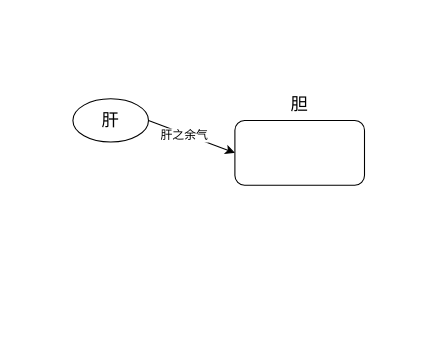
This is 医门推敲叁/中医藏象学说/藏象学说之肝/肝的生理功能/003肝主疏泄-协调脾胃气机升降.drawio from 328507133/chart, a draw.io file, before an edit. Source tidied: cells renumbered, new cells numbered last; positions are measured from the earlier drawing's top-left corner, leaving out a move shared by most shapes. Both pictures are drawn from the tidied source at 108%, with x=0, y=0 at pixel (72, 87).
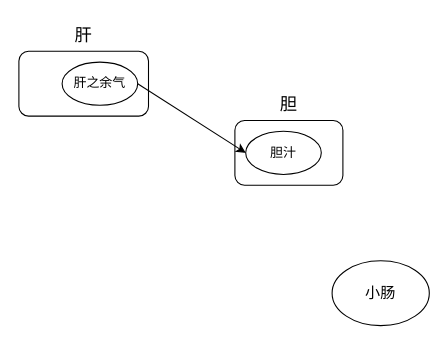
The same page after the edit.

Commit message (it also covers changes not shown here):
更新003肝主疏泄-协调脾胃气机升降.drawio

The edit, as a diff of the source:
```diff
@@
 <mxGraphModel>
   <root>
     <mxCell id="0" />
     <mxCell id="1" parent="0" />
-    <mxCell id="2" value="肝" style="ellipse;whiteSpace=wrap;html=1;fontSize=16;" parent="1" vertex="1">
-      <mxGeometry y="10" width="70" height="40" as="geometry" />
-    </mxCell>
-    <mxCell id="3" style="endArrow=classic;html=1;rounded=0;entryX=0;entryY=0.5;entryDx=0;entryDy=0;" parent="1" edge="1">
-      <mxGeometry relative="1" as="geometry">
-        <mxPoint x="70" y="30" as="sourcePoint" />
-        <mxPoint x="150" y="60" as="targetPoint" />
-      </mxGeometry>
-    </mxCell>
-    <mxCell id="4" value="肝之余气" style="edgeLabel;html=1;align=center;verticalAlign=middle;points=[];" parent="3" vertex="1">
-      <mxGeometry x="-0.18" y="-1" relative="1" as="geometry" />
-    </mxCell>
     <mxCell id="5" style="rounded=1;whiteSpace=wrap;html=1;" parent="1" vertex="1">
-      <mxGeometry x="150" y="30" width="120" height="60" as="geometry" />
+      <mxGeometry x="150" y="30" width="100" height="60" as="geometry" />
     </mxCell>
     <mxCell id="6" value="胆" style="text;html=1;strokeColor=none;fillColor=none;align=center;verticalAlign=middle;whiteSpace=wrap;rounded=0;fontSize=16;" parent="1" vertex="1">
-      <mxGeometry x="180" width="60" height="30" as="geometry" />
+      <mxGeometry x="170" width="60" height="30" as="geometry" />
     </mxCell>
+    <mxCell id="7" style="rounded=1;whiteSpace=wrap;html=1;" parent="1" vertex="1">
+      <mxGeometry x="-50" y="-34" width="120" height="60" as="geometry" />
+    </mxCell>
+    <mxCell id="2" value="肝" style="text;html=1;strokeColor=none;fillColor=none;align=center;verticalAlign=middle;whiteSpace=wrap;rounded=0;fontSize=16;" parent="1" vertex="1">
+      <mxGeometry x="-20" y="-64" width="60" height="30" as="geometry" />
+    </mxCell>
+    <mxCell id="8" value="胆汁" style="ellipse;whiteSpace=wrap;html=1;" parent="1" vertex="1">
+      <mxGeometry x="160" y="40" width="70" height="40" as="geometry" />
+    </mxCell>
+    <mxCell id="4" value="肝之余气" style="ellipse;whiteSpace=wrap;html=1;" parent="1" vertex="1">
+      <mxGeometry x="-10" y="-24" width="70" height="40" as="geometry" />
+    </mxCell>
+    <mxCell id="9" style="endArrow=classic;html=1;rounded=0;exitX=1;exitY=0.5;exitDx=0;exitDy=0;entryX=0;entryY=0.5;entryDx=0;entryDy=0;" parent="1" edge="1" source="4" target="8">
+      <mxGeometry relative="1" as="geometry" />
+    </mxCell>
+    <mxCell id="10" value="小肠" style="ellipse;whiteSpace=wrap;html=1;fontSize=14;" parent="1" vertex="1">
+      <mxGeometry x="240" y="160" width="90" height="60" as="geometry" />
+    </mxCell>
   </root>
 </mxGraphModel>
```
